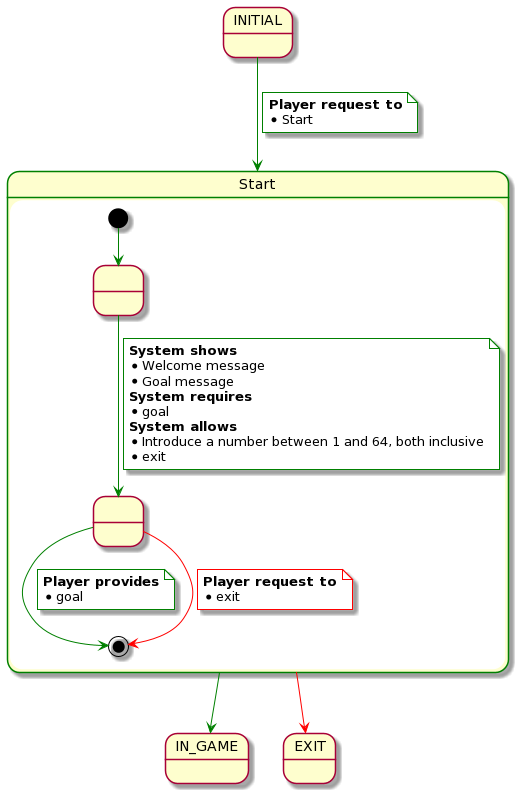
Earlier version of the PlantUML export rup/usecase/start.png (USantaTecla-game-backgammon/backgammon).
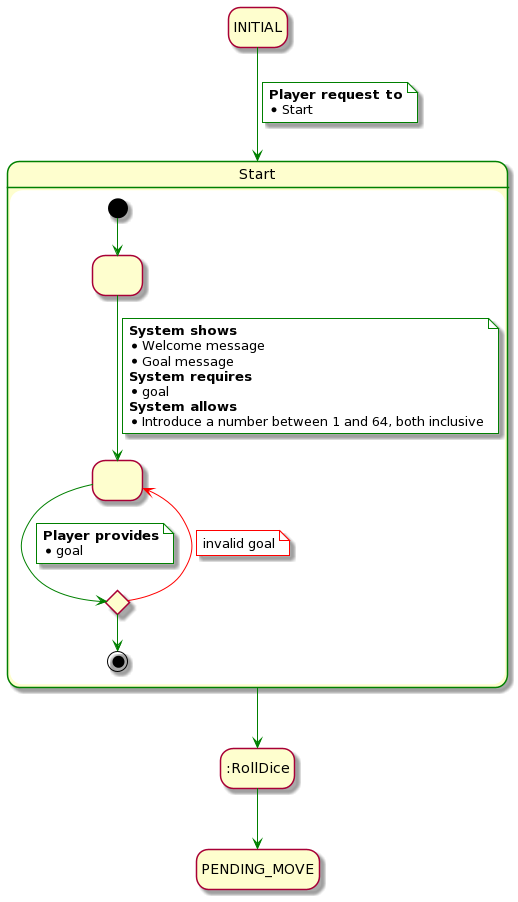
Above is the later version.

What changed in the source:
```diff
@@ -1,12 +1,13 @@
 @startuml
+hide empty description
+
 state INITIAL
-state IN_GAME
-state EXIT
-
 
 state Start ##green {
     state " " as 1
     state " " as 2
+
+    state validate <<choice>>
 
     [*] -[#green]-> 1
     1 -[#green]-> 2
@@ -18,21 +19,20 @@
         * goal
         <b>System allows</b>
         * Introduce a number between 1 and 64, both inclusive
-        * exit
     end note
 
-    2 -[#green]-> [*]
+    2 -[#green]-> validate
     note on link #white
         <b>Player provides</b>
         * goal
     end note
 
-    2 -[#red]-> [*]
+    validate -[#red]-> 2
     note on link #white
-        <b>Player request to</b>
-        * exit
+        invalid goal
     end note
 
+    validate -[#green]-> [*]
 }
 
 INITIAL -[#green]-> Start
@@ -41,6 +41,6 @@
     * Start
 end note
 
-Start -[#green]-> IN_GAME
-Start -[#red]-> EXIT
+Start -[#green]-> :RollDice
+:RollDice -[#green]-> PENDING_MOVE
 @enduml
```
